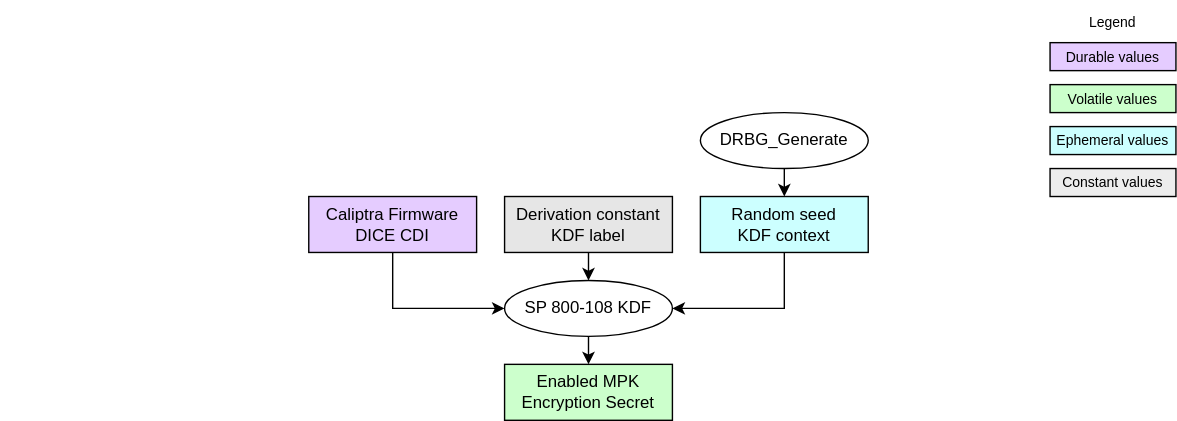
This is doc/ocp_lock/diagrams/enabled_mpk_secret_generation.drawio.svg from chipsalliance/Caliptra, a draw.io export, as it was before one commit. Source tidied: cells renumbered, new cells last; positions are measured from the earlier drawing's top-left corner, leaving out a move shared by most shapes.
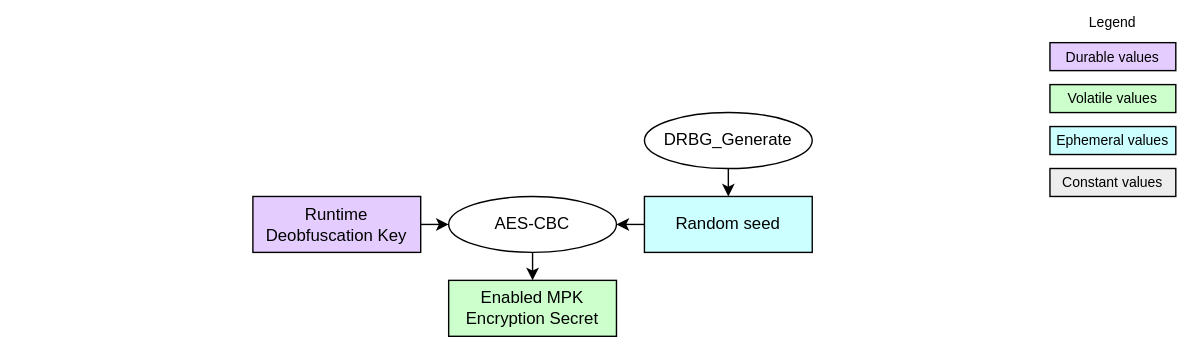
Above is the later version.

Commit message:
Capture latest changes for key derivation flows.

Change to the diagram source:
```diff
@@ -5,21 +5,17 @@
     <mxCell id="2" style="edgeStyle=none;html=1;exitX=0.5;exitY=1;exitDx=0;exitDy=0;entryX=0.5;entryY=0;entryDx=0;entryDy=0;" parent="1" edge="1" source="6" target="4">
       <mxGeometry relative="1" as="geometry" />
     </mxCell>
-    <mxCell id="3" style="edgeStyle=orthogonalEdgeStyle;html=1;exitX=0.5;exitY=1;exitDx=0;exitDy=0;entryX=1;entryY=0.5;entryDx=0;entryDy=0;rounded=0;" parent="1" edge="1" source="4" target="13">
-      <mxGeometry x="0.33" relative="1" as="geometry">
-        <Array as="points">
-          <mxPoint x="560" y="220" />
-        </Array>
-      </mxGeometry>
+    <mxCell id="3" style="edgeStyle=none;html=1;exitX=0;exitY=0.5;exitDx=0;exitDy=0;entryX=1;entryY=0.5;entryDx=0;entryDy=0;" parent="1" edge="1" source="4" target="13">
+      <mxGeometry relative="1" as="geometry" />
     </mxCell>
-    <mxCell id="4" value="&lt;div&gt;&lt;font color=&quot;#000000&quot;&gt;Random seed&lt;/font&gt;&lt;/div&gt;&lt;div&gt;&lt;font color=&quot;#000000&quot;&gt;KDF context&lt;/font&gt;&lt;/div&gt;" style="rounded=0;whiteSpace=wrap;html=1;align=center;verticalAlign=middle;shadow=0;glass=0;spacingLeft=0;spacingBottom=0;spacingTop=0;fillColor=#CCFFFF;" parent="1" vertex="1">
-      <mxGeometry x="500" y="140" width="120" height="40" as="geometry" />
+    <mxCell id="4" value="&lt;div&gt;&lt;font color=&quot;#000000&quot;&gt;Random seed&lt;/font&gt;&lt;/div&gt;" style="rounded=0;whiteSpace=wrap;html=1;align=center;verticalAlign=middle;shadow=0;glass=0;spacingLeft=0;spacingBottom=0;spacingTop=0;fillColor=#CCFFFF;" parent="1" vertex="1">
+      <mxGeometry x="460" y="140" width="120" height="40" as="geometry" />
     </mxCell>
     <mxCell id="5" value="&lt;div&gt;&lt;font color=&quot;#000000&quot;&gt;Enabled MPK Encryption Secret&lt;/font&gt;&lt;/div&gt;" style="rounded=0;whiteSpace=wrap;html=1;align=center;verticalAlign=middle;shadow=0;glass=0;spacingLeft=0;spacingBottom=0;spacingTop=0;fillColor=#CCFFCC;" parent="1" vertex="1">
-      <mxGeometry x="360" y="260" width="120" height="40" as="geometry" />
+      <mxGeometry x="320" y="200" width="120" height="40" as="geometry" />
     </mxCell>
     <mxCell id="6" value="DRBG_Generate" style="ellipse;whiteSpace=wrap;html=1;fillColor=#FFFFFF;" parent="1" vertex="1">
-      <mxGeometry x="500" y="80" width="120" height="40" as="geometry" />
+      <mxGeometry x="460" y="80" width="120" height="40" as="geometry" />
     </mxCell>
     <mxCell id="7" value="&lt;div&gt;&lt;font color=&quot;#000000&quot;&gt;Durable values&lt;/font&gt;&lt;/div&gt;" style="rounded=0;whiteSpace=wrap;html=1;align=center;verticalAlign=middle;shadow=0;glass=0;spacingLeft=0;spacingBottom=0;spacingTop=0;fillColor=#E5CCFF;fontSize=10;" parent="1" vertex="1">
       <mxGeometry x="750" y="30" width="90" height="20" as="geometry" />
@@ -30,17 +26,17 @@
     <mxCell id="9" style="rounded=0;whiteSpace=wrap;html=1;align=center;verticalAlign=middle;shadow=0;glass=0;spacingLeft=0;spacingBottom=0;spacingTop=0;fillColor=#FFFFFF;fontSize=10;strokeColor=#FFFFFF;" parent="1" vertex="1">
       <mxGeometry y="40" width="90" height="20" as="geometry" />
     </mxCell>
-    <mxCell id="10" style="edgeStyle=orthogonalEdgeStyle;html=1;exitX=0.5;exitY=1;exitDx=0;exitDy=0;entryX=0;entryY=0.5;entryDx=0;entryDy=0;rounded=0;" parent="1" edge="1" source="11" target="13">
+    <mxCell id="10" style="edgeStyle=none;html=1;exitX=1;exitY=0.5;exitDx=0;exitDy=0;entryX=0;entryY=0.5;entryDx=0;entryDy=0;" parent="1" edge="1" source="11" target="13">
       <mxGeometry relative="1" as="geometry" />
     </mxCell>
-    <mxCell id="11" value="&lt;div&gt;&lt;font color=&quot;#000000&quot;&gt;Caliptra Firmware DICE CDI&lt;/font&gt;&lt;/div&gt;" style="rounded=0;whiteSpace=wrap;html=1;align=center;verticalAlign=middle;shadow=0;glass=0;spacingLeft=0;spacingBottom=0;spacingTop=0;fillColor=#E5CCFF;" parent="1" vertex="1">
-      <mxGeometry x="220" y="140" width="120" height="40" as="geometry" />
+    <mxCell id="11" value="&lt;span style=&quot;color: rgb(0, 0, 0);&quot;&gt;Runtime Deobfuscation Key&lt;/span&gt;" style="rounded=0;whiteSpace=wrap;html=1;align=center;verticalAlign=middle;shadow=0;glass=0;spacingLeft=0;spacingBottom=0;spacingTop=0;fillColor=#E5CCFF;" parent="1" vertex="1">
+      <mxGeometry x="180" y="140" width="120" height="40" as="geometry" />
     </mxCell>
     <mxCell id="12" style="edgeStyle=none;html=1;exitX=0.5;exitY=1;exitDx=0;exitDy=0;entryX=0.5;entryY=0;entryDx=0;entryDy=0;" parent="1" edge="1" source="13" target="5">
       <mxGeometry relative="1" as="geometry" />
     </mxCell>
-    <mxCell id="13" value="SP 800-108 KDF" style="ellipse;whiteSpace=wrap;html=1;fillColor=#FFFFFF;" parent="1" vertex="1">
-      <mxGeometry x="360" y="200" width="120" height="40" as="geometry" />
+    <mxCell id="13" value="AES-CBC" style="ellipse;whiteSpace=wrap;html=1;fillColor=#FFFFFF;" parent="1" vertex="1">
+      <mxGeometry x="320" y="140" width="120" height="40" as="geometry" />
     </mxCell>
     <mxCell id="14" value="&lt;div&gt;&lt;font color=&quot;#000000&quot;&gt;Ephemeral values&lt;/font&gt;&lt;/div&gt;" style="rounded=0;whiteSpace=wrap;html=1;align=center;verticalAlign=middle;shadow=0;glass=0;spacingLeft=0;spacingBottom=0;spacingTop=0;fillColor=#CCFFFF;fontSize=10;" parent="1" vertex="1">
       <mxGeometry x="750" y="90" width="90" height="20" as="geometry" />
@@ -48,12 +44,6 @@
     <mxCell id="15" value="&lt;div&gt;&lt;font color=&quot;#000000&quot;&gt;Volatile values&lt;/font&gt;&lt;/div&gt;" style="rounded=0;whiteSpace=wrap;html=1;align=center;verticalAlign=middle;shadow=0;glass=0;spacingLeft=0;spacingBottom=0;spacingTop=0;fillColor=#CCFFCC;fontSize=10;" parent="1" vertex="1">
       <mxGeometry x="750" y="60" width="90" height="20" as="geometry" />
     </mxCell>
-    <mxCell id="16" style="edgeStyle=none;html=1;exitX=0.5;exitY=1;exitDx=0;exitDy=0;entryX=0.5;entryY=0;entryDx=0;entryDy=0;" parent="1" edge="1" source="17" target="13">
-      <mxGeometry relative="1" as="geometry" />
-    </mxCell>
-    <mxCell id="17" value="&lt;div&gt;&lt;font color=&quot;#000000&quot;&gt;Derivation constant KDF label&lt;/font&gt;&lt;/div&gt;" style="rounded=0;whiteSpace=wrap;html=1;align=center;verticalAlign=middle;shadow=0;glass=0;spacingLeft=0;spacingBottom=0;spacingTop=0;fillColor=#E6E6E6;" parent="1" vertex="1">
-      <mxGeometry x="360" y="140" width="120" height="40" as="geometry" />
-    </mxCell>
     <mxCell id="18" value="&lt;div&gt;&lt;font color=&quot;#000000&quot;&gt;Constant values&lt;/font&gt;&lt;/div&gt;" style="rounded=0;whiteSpace=wrap;html=1;align=center;verticalAlign=middle;shadow=0;glass=0;spacingLeft=0;spacingBottom=0;spacingTop=0;fillColor=#EDEDED;fontSize=10;" parent="1" vertex="1">
       <mxGeometry x="750" y="120" width="90" height="20" as="geometry" />
     </mxCell>
```
